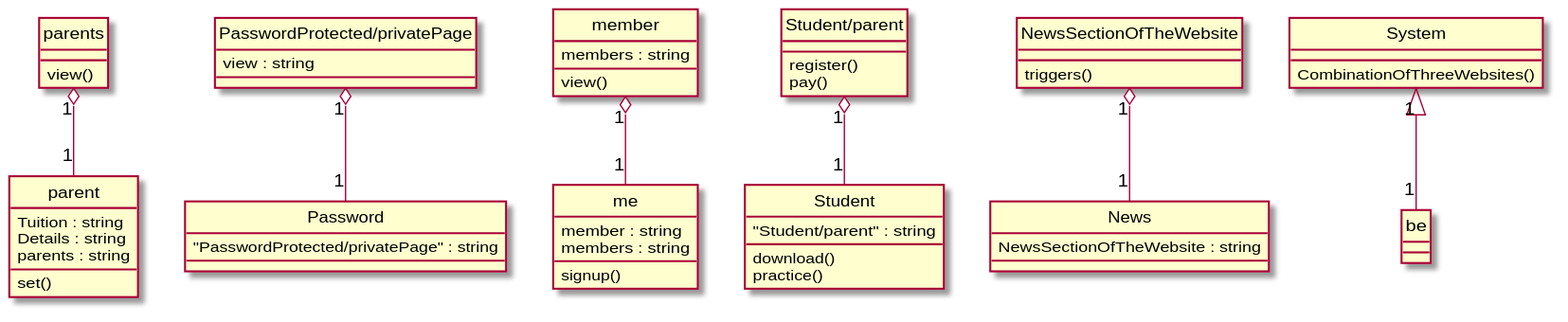
The PlantUML diagram Diagrams/2016-USC-Project02.svg in xixixhalu/DomainModelExtractor, before a commit. Source of this version:
```plantuml
@startuml
hide circle
class parent {
	Tuition : string
	Details : string
	parents : string
	set()
}
class PasswordProtected/privatePage {
	view : string
}
class member {
	members : string
	view()
}
class Student {
	"Student/parent" : string
	download()
	practice()
}
class me {
	member : string
	members : string
	signup()
}
class News {
	NewsSectionOfTheWebsite : string
}
class Password {
	"PasswordProtected/privatePage" : string
}
class parents {
	view()
}
class NewsSectionOfTheWebsite {
	triggers()
}
class System {
	CombinationOfThreeWebsites()
}
class Student/parent {
	register()
	pay()
}
"PasswordProtected/privatePage" "1" o-- "1" Password
System "1" <|-- "1" be
parents "1" o-- "1" parent
"Student/parent" "1" o-- "1" Student
member "1" o-- "1" me
NewsSectionOfTheWebsite "1" o-- "1" News
@enduml
```
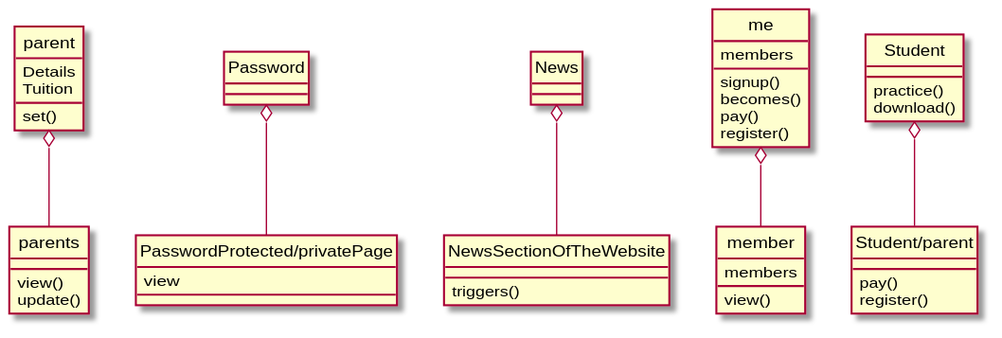
The same diagram one commit later.

Change to the diagram source:
```diff
@@ -1,51 +1,46 @@
 @startuml
 hide circle
 class parent {
-	Tuition : string
-	Details : string
-	parents : string
+	Details
+	Tuition
 	set()
 }
 class PasswordProtected/privatePage {
-	view : string
+	view
+}
+class Password {
+}
+class News {
+}
+class me {
+	members
+	signup()
+	becomes()
+	pay()
+	register()
+}
+class Student {
+	practice()
+	download()
 }
 class member {
-	members : string
+	members
 	view()
-}
-class Student {
-	"Student/parent" : string
-	download()
-	practice()
-}
-class me {
-	member : string
-	members : string
-	signup()
-}
-class News {
-	NewsSectionOfTheWebsite : string
-}
-class Password {
-	"PasswordProtected/privatePage" : string
 }
 class parents {
 	view()
+	update()
+}
+class Student/parent {
+	pay()
+	register()
 }
 class NewsSectionOfTheWebsite {
 	triggers()
 }
-class System {
-	CombinationOfThreeWebsites()
-}
-class Student/parent {
-	register()
-	pay()
-}
-"PasswordProtected/privatePage" "1" o-- "1" Password
-System "1" <|-- "1" be
-parents "1" o-- "1" parent
-"Student/parent" "1" o-- "1" Student
-member "1" o-- "1" me
-NewsSectionOfTheWebsite "1" o-- "1" News
+News o-- NewsSectionOfTheWebsite
+me o-- member
+Student o-- "Student/parent"
+parent o-- parents
+Password o-- "PasswordProtected/privatePage"
 @enduml
```
